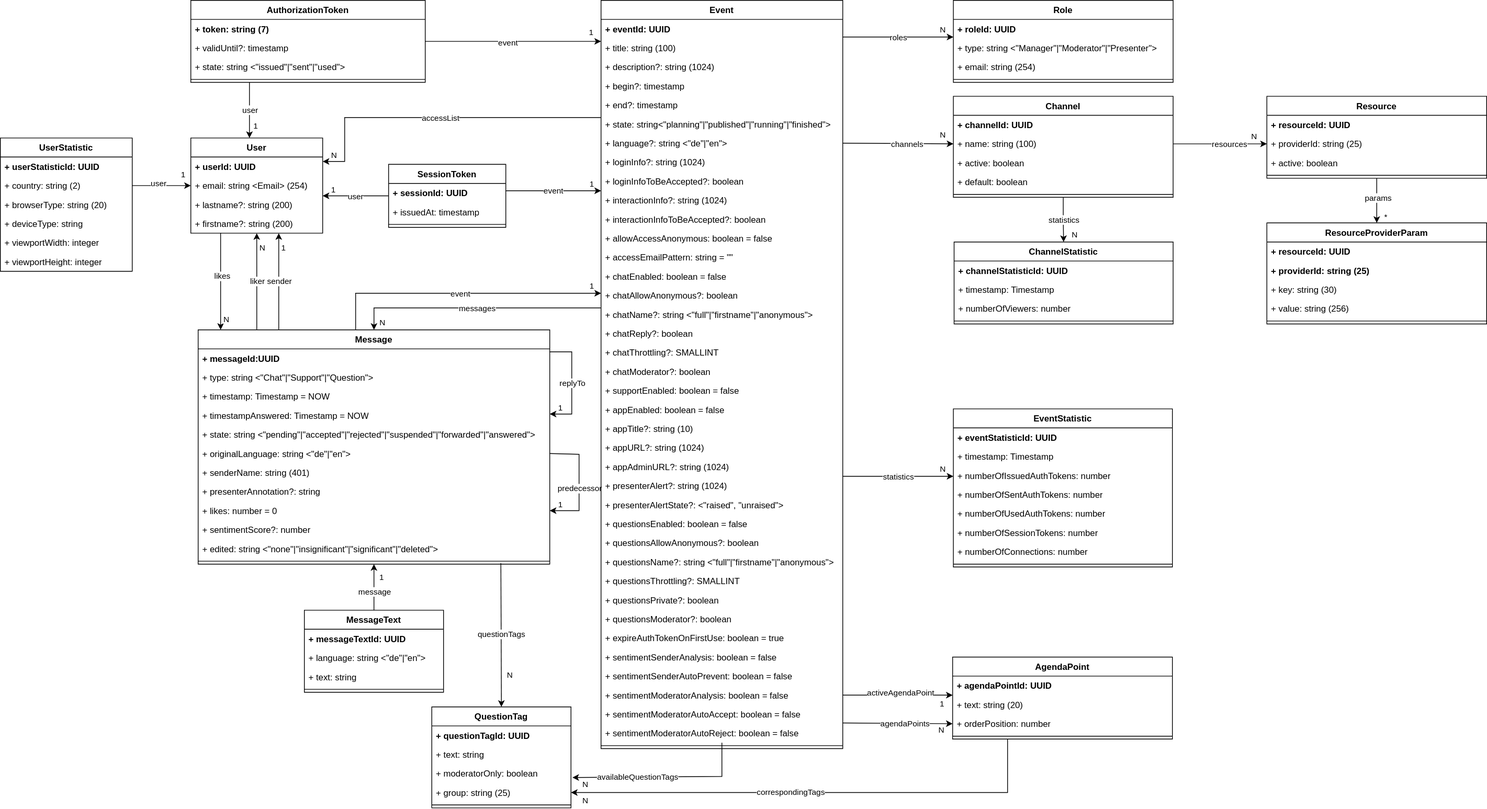
rse/broadcast keeps this draw.io diagram as doc/2-specification-datamodel.svg. Above is the earlier version. Source tidied: cells renumbered, new cells last; positions are measured from the earlier drawing's top-left corner, leaving out a move shared by most shapes.
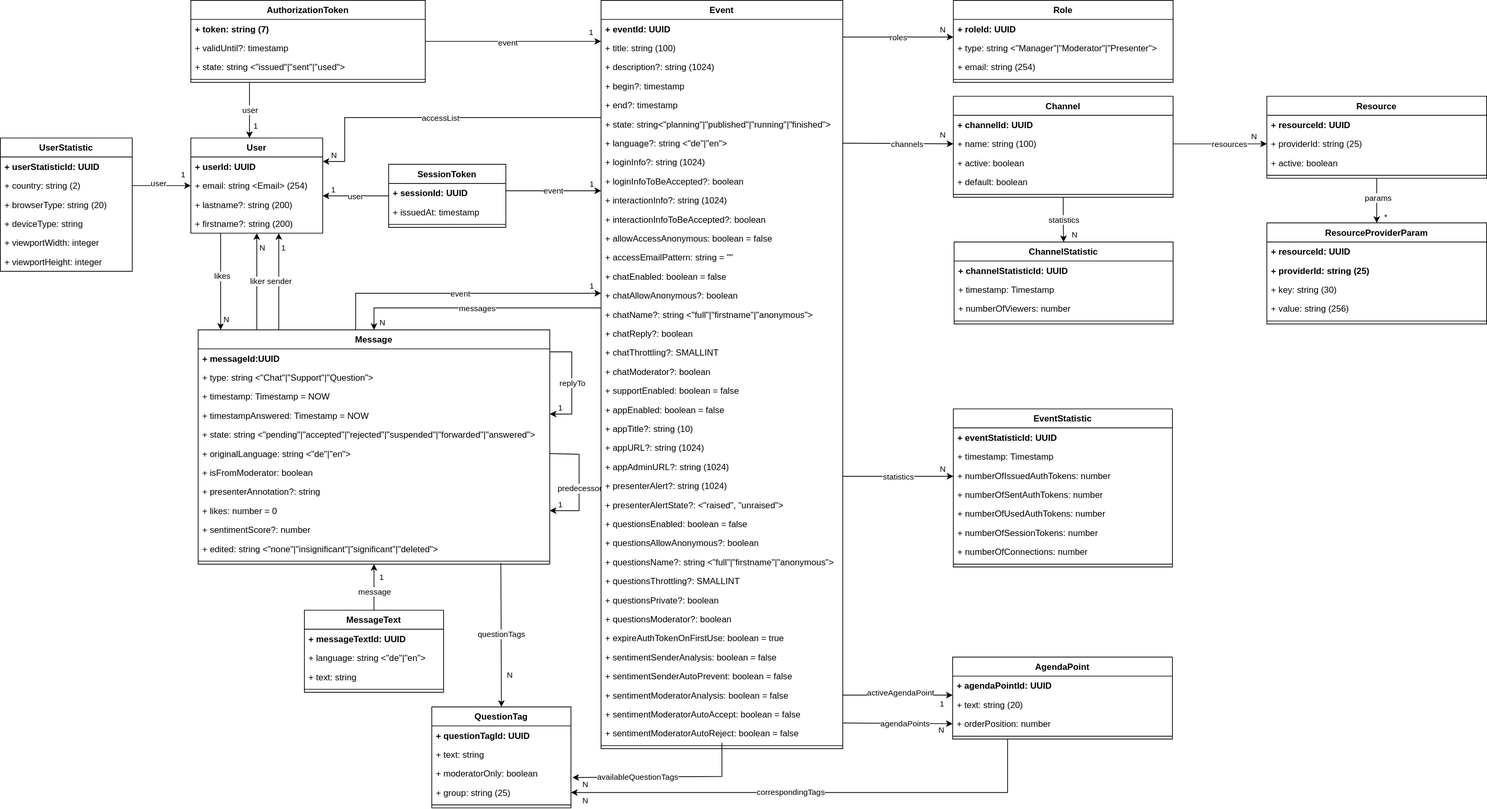
After the change.

Commit message:
changed attribute senderName of Entity Message to "isFromModerator" (boolean)

Change to the diagram source:
```diff
@@ -50,7 +50,7 @@
     <mxCell id="17" value="+ originalLanguage: string &amp;lt;&quot;de&quot;|&quot;en&quot;&amp;gt;" style="text;strokeColor=none;fillColor=none;align=left;verticalAlign=top;spacingLeft=4;spacingRight=4;overflow=hidden;points=[[0,0.5],[1,0.5]];portConstraint=eastwest;whiteSpace=wrap;html=1;" parent="11" vertex="1">
       <mxGeometry y="156" width="480" height="26" as="geometry" />
     </mxCell>
-    <mxCell id="18" value="+ senderName: string (401)" style="text;strokeColor=none;fillColor=none;align=left;verticalAlign=top;spacingLeft=4;spacingRight=4;overflow=hidden;whiteSpace=wrap;html=1;" parent="11" vertex="1">
+    <mxCell id="18" value="+ isFromModerator: boolean" style="text;strokeColor=none;fillColor=none;align=left;verticalAlign=top;spacingLeft=4;spacingRight=4;overflow=hidden;whiteSpace=wrap;html=1;" parent="11" vertex="1">
       <mxGeometry y="182" width="480" height="26" as="geometry" />
     </mxCell>
     <mxCell id="19" value="+ presenterAnnotation?: string" style="text;strokeColor=none;fillColor=none;align=left;verticalAlign=top;spacingLeft=4;spacingRight=4;overflow=hidden;whiteSpace=wrap;html=1;" parent="11" vertex="1">
```
